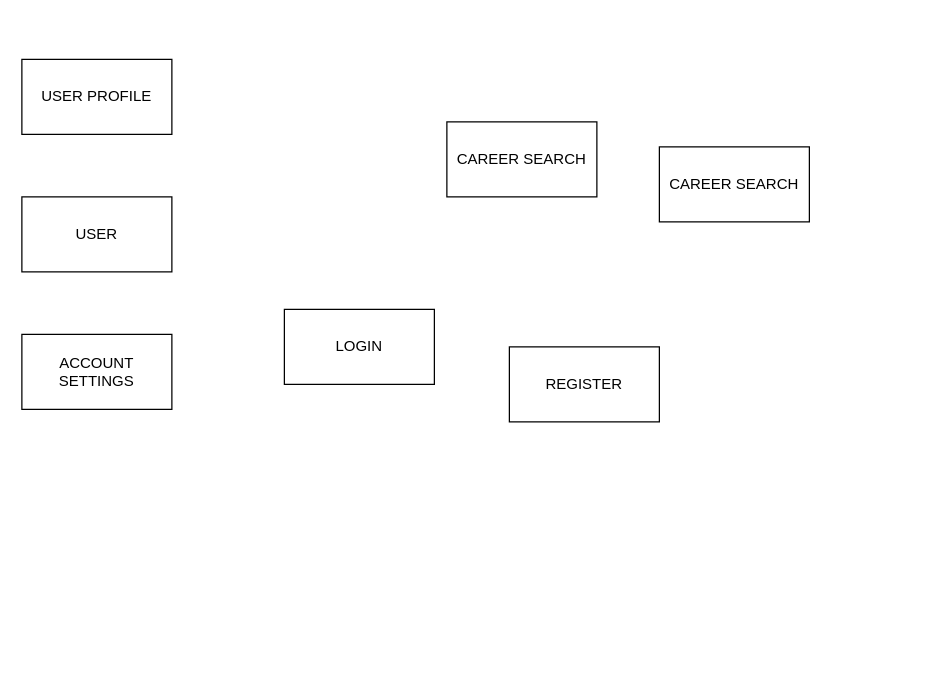
The draw.io diagram page "Page-1" (1 of 2) of DOST-Careers.drawio in kaid0011/diagrams, before the edit. Source tidied: cells renumbered, new cells numbered last; positions are measured from the earlier drawing's top-left corner, leaving out a move shared by most shapes. Both pictures are drawn from the tidied source at 125%, with x=0, y=0 at pixel (21, 59).
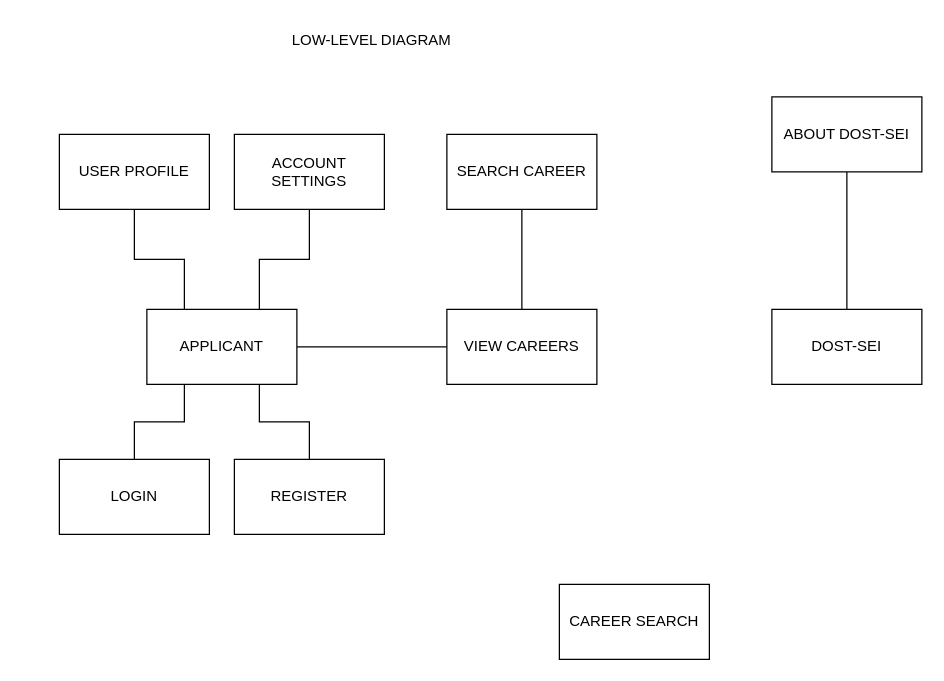
After the change.

The edit, as a diff of the source:
```diff
@@
 <mxGraphModel>
   <root>
     <mxCell id="0" />
     <mxCell id="1" parent="0" />
+    <mxCell id="9" style="edgeStyle=orthogonalEdgeStyle;rounded=0;jettySize=auto;html=1;exitX=0.25;exitY=0;exitDx=0;exitDy=0;entryX=0.5;entryY=1;entryDx=0;entryDy=0;endArrow=none;endFill=0;" parent="1" edge="1" source="2" target="3">
+      <mxGeometry relative="1" as="geometry" />
+    </mxCell>
+    <mxCell id="10" style="edgeStyle=orthogonalEdgeStyle;rounded=0;jettySize=auto;html=1;exitX=0.75;exitY=0;exitDx=0;exitDy=0;entryX=0.5;entryY=1;entryDx=0;entryDy=0;strokeColor=default;endArrow=none;endFill=0;" parent="1" edge="1" source="2" target="4">
+      <mxGeometry relative="1" as="geometry" />
+    </mxCell>
+    <mxCell id="11" style="edgeStyle=orthogonalEdgeStyle;rounded=0;jettySize=auto;html=1;exitX=0.25;exitY=1;exitDx=0;exitDy=0;entryX=0.5;entryY=0;entryDx=0;entryDy=0;endArrow=none;endFill=0;" parent="1" edge="1" source="2" target="5">
+      <mxGeometry relative="1" as="geometry" />
+    </mxCell>
+    <mxCell id="12" style="edgeStyle=orthogonalEdgeStyle;rounded=0;jettySize=auto;html=1;exitX=0.75;exitY=1;exitDx=0;exitDy=0;entryX=0.5;entryY=0;entryDx=0;entryDy=0;endArrow=none;endFill=0;" parent="1" edge="1" source="2" target="6">
+      <mxGeometry relative="1" as="geometry" />
+    </mxCell>
+    <mxCell id="13" style="edgeStyle=orthogonalEdgeStyle;rounded=0;jettySize=auto;html=1;exitX=1;exitY=0.5;exitDx=0;exitDy=0;entryX=0;entryY=0.5;entryDx=0;entryDy=0;endArrow=none;endFill=0;" parent="1" edge="1" source="2" target="8">
+      <mxGeometry relative="1" as="geometry" />
+    </mxCell>
-    <mxCell id="2" value="USER" style="rounded=0;whiteSpace=wrap;html=1;" parent="1" vertex="1">
-      <mxGeometry y="110" width="120" height="60" as="geometry" />
+    <mxCell id="2" value="APPLICANT" style="rounded=0;whiteSpace=wrap;html=1;" parent="1" vertex="1">
+      <mxGeometry x="100" y="200" width="120" height="60" as="geometry" />
     </mxCell>
     <mxCell id="3" value="USER PROFILE" style="rounded=0;whiteSpace=wrap;html=1;" parent="1" vertex="1">
-      <mxGeometry width="120" height="60" as="geometry" />
+      <mxGeometry x="30" y="60" width="120" height="60" as="geometry" />
     </mxCell>
     <mxCell id="4" value="ACCOUNT SETTINGS" style="rounded=0;whiteSpace=wrap;html=1;" parent="1" vertex="1">
-      <mxGeometry y="220" width="120" height="60" as="geometry" />
+      <mxGeometry x="170" y="60" width="120" height="60" as="geometry" />
     </mxCell>
     <mxCell id="5" value="LOGIN" style="rounded=0;whiteSpace=wrap;html=1;" parent="1" vertex="1">
-      <mxGeometry x="210" y="200" width="120" height="60" as="geometry" />
+      <mxGeometry x="30" y="320" width="120" height="60" as="geometry" />
     </mxCell>
     <mxCell id="6" value="REGISTER" style="rounded=0;whiteSpace=wrap;html=1;" parent="1" vertex="1">
-      <mxGeometry x="390" y="230" width="120" height="60" as="geometry" />
+      <mxGeometry x="170" y="320" width="120" height="60" as="geometry" />
     </mxCell>
     <mxCell id="7" value="CAREER SEARCH" style="rounded=0;whiteSpace=wrap;html=1;" parent="1" vertex="1">
-      <mxGeometry x="340" y="50" width="120" height="60" as="geometry" />
+      <mxGeometry x="430" y="420" width="120" height="60" as="geometry" />
     </mxCell>
+    <mxCell id="14" style="edgeStyle=orthogonalEdgeStyle;rounded=0;jettySize=auto;html=1;exitX=0.5;exitY=0;exitDx=0;exitDy=0;entryX=0.5;entryY=1;entryDx=0;entryDy=0;endArrow=none;endFill=0;" parent="1" edge="1" source="8" target="19">
+      <mxGeometry relative="1" as="geometry" />
+    </mxCell>
-    <mxCell id="8" value="CAREER SEARCH" style="rounded=0;whiteSpace=wrap;html=1;" parent="1" vertex="1">
-      <mxGeometry x="510" y="70" width="120" height="60" as="geometry" />
+    <mxCell id="8" value="VIEW CAREERS" style="rounded=0;whiteSpace=wrap;html=1;" parent="1" vertex="1">
+      <mxGeometry x="340" y="200" width="120" height="60" as="geometry" />
     </mxCell>
+    <mxCell id="15" value="ABOUT DOST-SEI" style="rounded=0;whiteSpace=wrap;html=1;" parent="1" vertex="1">
+      <mxGeometry x="600" y="30" width="120" height="60" as="geometry" />
+    </mxCell>
+    <mxCell id="16" value="LOW-LEVEL DIAGRAM" style="text;html=1;strokeColor=none;fillColor=none;align=center;verticalAlign=middle;whiteSpace=wrap;rounded=0;" parent="1" vertex="1">
+      <mxGeometry x="210" y="-30" width="140" height="30" as="geometry" />
+    </mxCell>
+    <mxCell id="17" style="edgeStyle=orthogonalEdgeStyle;rounded=0;jettySize=auto;html=1;exitX=0.5;exitY=0;exitDx=0;exitDy=0;entryX=0.5;entryY=1;entryDx=0;entryDy=0;endArrow=none;endFill=0;" parent="1" edge="1" source="18" target="15">
+      <mxGeometry relative="1" as="geometry" />
+    </mxCell>
+    <mxCell id="18" value="DOST-SEI" style="rounded=0;whiteSpace=wrap;html=1;" parent="1" vertex="1">
+      <mxGeometry x="600" y="200" width="120" height="60" as="geometry" />
+    </mxCell>
+    <mxCell id="19" value="SEARCH CAREER" style="rounded=0;whiteSpace=wrap;html=1;" parent="1" vertex="1">
+      <mxGeometry x="340" y="60" width="120" height="60" as="geometry" />
+    </mxCell>
   </root>
 </mxGraphModel>
```
